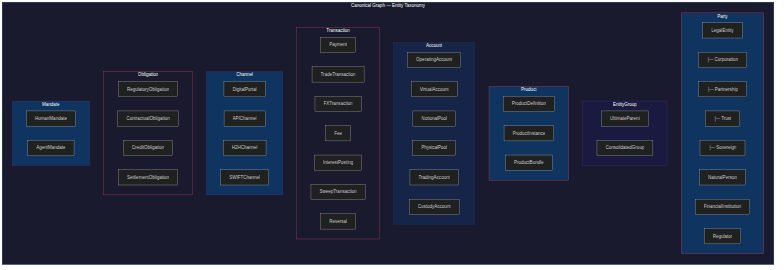
This is artifacts/dimensions/01-logical-model/diagrams/entity-taxonomy.png from danielssonn/dataarch, a Mermaid export, as it was before one commit. Its source is kept beside it as artifacts/dimensions/01-logical-model/diagrams/entity-taxonomy.mmd.
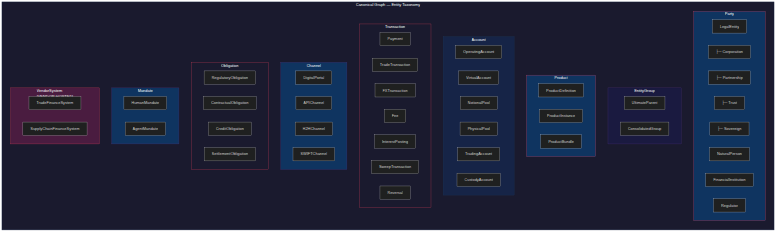
Later version of the same file.

The edit, as a diff of the source:
```diff
@@ -62,6 +62,11 @@
             HM["HumanMandate"]
             AM["AgentMandate"]
         end
+
+        subgraph VENDOR["VendorSystem<br/>[VENDOR-HOSTED]"]
+            TF["TradeFinanceSystem"]
+            SCF["SupplyChainFinanceSystem"]
+        end
     end
 
     style CANONICAL fill:#1a1a2e,stroke:#16213e,stroke-width:2px
@@ -73,3 +78,4 @@
     style CHAN fill:#0f3460,stroke:#533483
     style OBL fill:#1a1a2e,stroke:#e94560
     style MAND fill:#0f3460,stroke:#533483
+    style VENDOR fill:#4a1c40,stroke:#e94560
```
